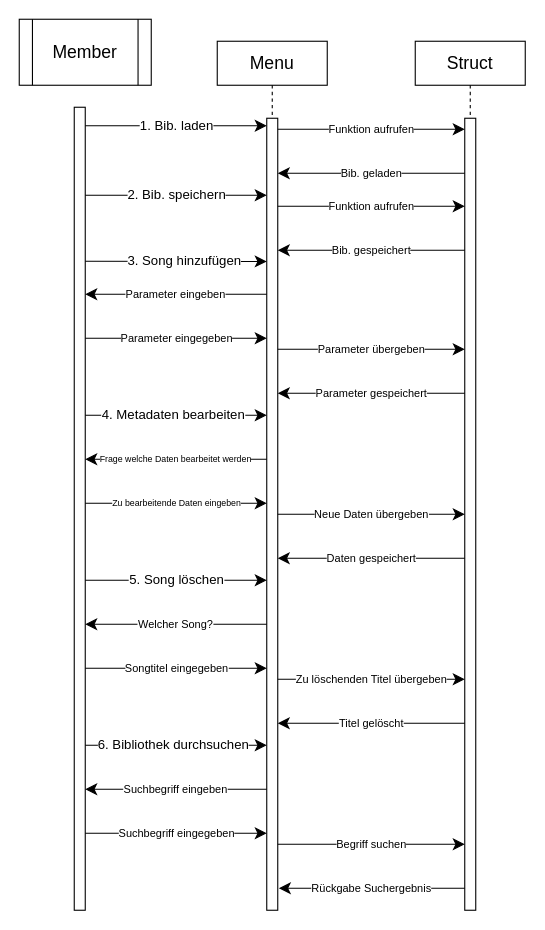
The draw.io diagram UML_Projekt.drawio in nimemt00/Projekt_ST_Mertens_Woerz, before the edit. Source tidied: cells renumbered, new cells numbered last; positions are measured from the earlier drawing's top-left corner, leaving out a move shared by most shapes. Both pictures are drawn from the tidied source at 110%, with x=0, y=0 at pixel (19, 19).
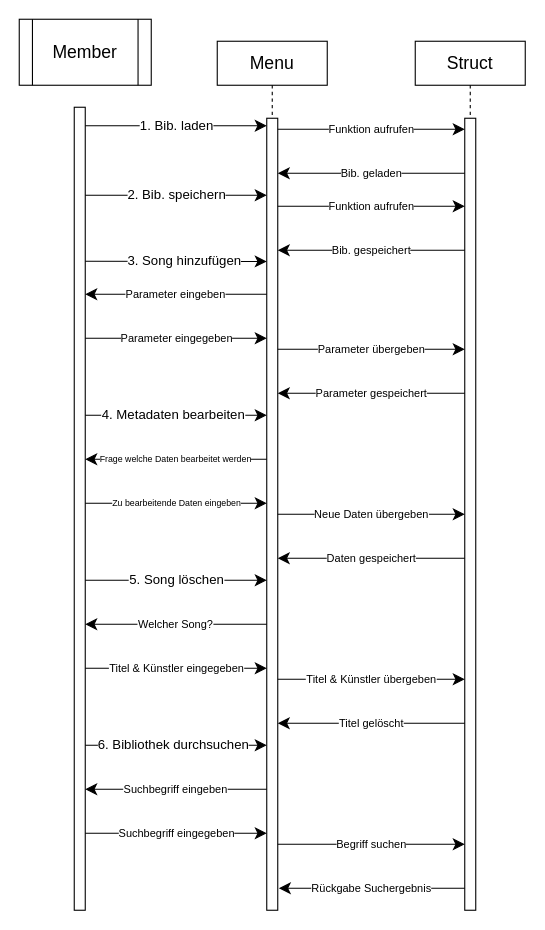
The same page after the edit.

Diff of the diagram source:
```diff
@@
-    <mxCell id="21" value="Zu löschenden Titel übergeben" style="edgeStyle=none;orthogonalLoop=1;jettySize=auto;html=1;rounded=0;fontSize=10;startSize=8;endSize=8;curved=1;" parent="1" edge="1">
+    <mxCell id="21" value="Titel &amp;amp; Künstler übergeben" style="edgeStyle=none;orthogonalLoop=1;jettySize=auto;html=1;rounded=0;fontSize=10;startSize=8;endSize=8;curved=1;" parent="1" edge="1">
       <mxGeometry relative="1" as="geometry">
         <mxPoint x="235" y="600" as="sourcePoint" />
         <mxPoint x="405" y="600" as="targetPoint" />
       </mxGeometry>
     </mxCell>
@@
-    <mxCell id="28" value="Songtitel eingegeben" style="edgeStyle=none;orthogonalLoop=1;jettySize=auto;html=1;rounded=0;fontSize=10;startSize=8;endSize=8;curved=1;" parent="1" edge="1">
+    <mxCell id="28" value="Titel &amp;amp; Künstler&amp;nbsp;eingegeben" style="edgeStyle=none;orthogonalLoop=1;jettySize=auto;html=1;rounded=0;fontSize=10;startSize=8;endSize=8;curved=1;" parent="1" edge="1">
       <mxGeometry relative="1" as="geometry">
         <mxPoint x="60" y="590" as="sourcePoint" />
         <mxPoint x="225" y="590" as="targetPoint" />
       </mxGeometry>
     </mxCell>
```
